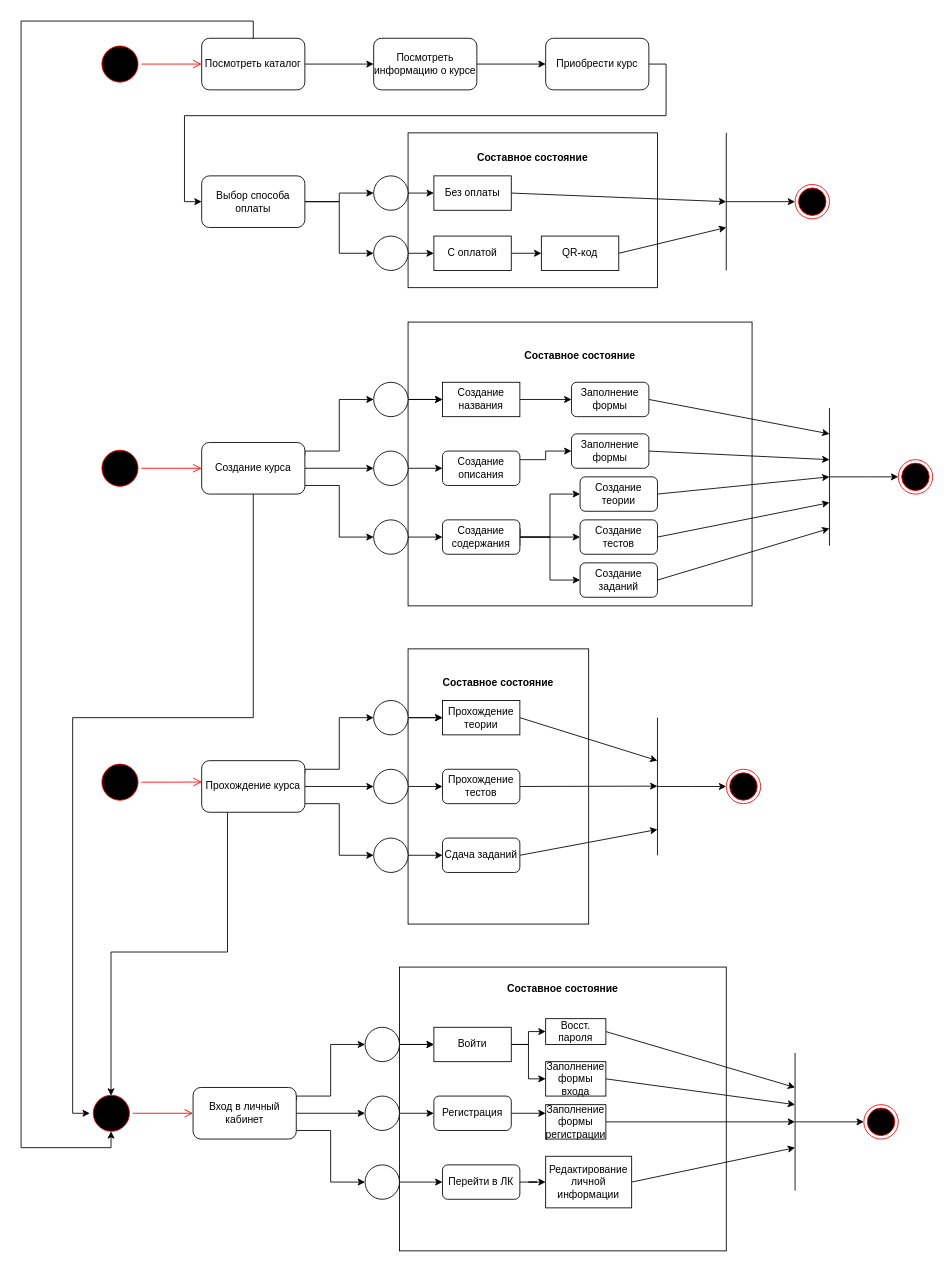
The draw.io diagram page "StateChartUser" (17 of 20) of Диаграммы/ДиграммыТЗ.drawio in bosonhiiggs/Music-Trainee, before the edit. Source tidied: cells renumbered, new cells numbered last; positions are measured from the earlier drawing's top-left corner, leaving out a move shared by most shapes. Both pictures are drawn from the tidied source at 86%, with x=0, y=0 at pixel (21, 21).
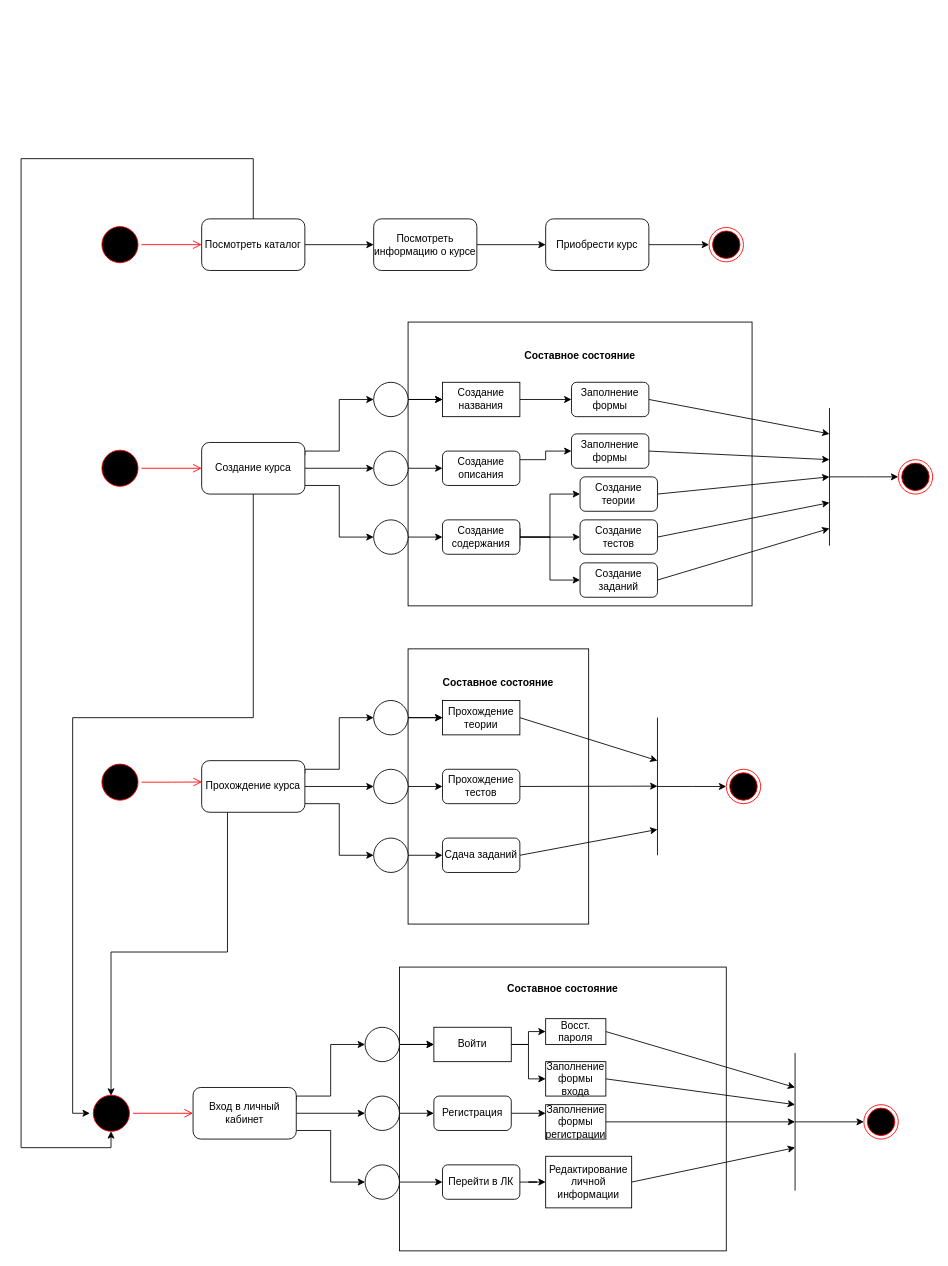
The same page after the edit.

The change refers to these unchanged cells:
```xml
<mxCell id="112" style="ellipse;html=1;shape=startState;fillColor=#000000;strokeColor=#ff0000;" parent="1" vertex="1">
  <mxGeometry x="80" y="1245" width="50" height="50" as="geometry" />
</mxCell>
```

What changed in the source:
```diff
@@
-    <mxCell id="4" value="&lt;p style=&quot;margin:0px;margin-top:4px;text-align:center;&quot;&gt;&lt;b&gt;&lt;br&gt;&lt;/b&gt;&lt;/p&gt;&lt;p style=&quot;margin:0px;margin-top:4px;text-align:center;&quot;&gt;&lt;b&gt;Составное состояние&lt;/b&gt;&lt;br&gt;&lt;/p&gt;" style="verticalAlign=top;align=left;overflow=fill;html=1;whiteSpace=wrap;" parent="1" vertex="1">
-      <mxGeometry x="450" y="130" width="290" height="180" as="geometry" />
-    </mxCell>
@@
     <mxCell id="86" value="Посмотреть каталог" style="rounded=1;whiteSpace=wrap;html=1;" parent="1" vertex="1">
-      <mxGeometry x="210" y="20" width="120" height="60" as="geometry" />
+      <mxGeometry x="210" y="230" width="120" height="60" as="geometry" />
     </mxCell>
@@
     <mxCell id="88" value="Посмотреть информацию о курсе" style="rounded=1;whiteSpace=wrap;html=1;" parent="1" vertex="1">
-      <mxGeometry x="410" y="20" width="120" height="60" as="geometry" />
+      <mxGeometry x="410" y="230" width="120" height="60" as="geometry" />
     </mxCell>
-    <mxCell id="89" style="edgeStyle=orthogonalEdgeStyle;rounded=0;jettySize=auto;html=1;exitX=1;exitY=0.5;exitDx=0;exitDy=0;entryX=0;entryY=0.5;entryDx=0;entryDy=0;" parent="1" edge="1" source="91" target="94">
-      <mxGeometry relative="1" as="geometry">
-        <Array as="points">
-          <mxPoint x="750" y="50" />
-          <mxPoint x="750" y="110" />
-          <mxPoint x="190" y="110" />
-          <mxPoint x="190" y="210" />
-        </Array>
-      </mxGeometry>
-    </mxCell>
     <mxCell id="90" style="edgeStyle=orthogonalEdgeStyle;rounded=0;jettySize=auto;html=1;exitX=0.5;exitY=0;exitDx=0;exitDy=0;entryX=0.492;entryY=0.918;entryDx=0;entryDy=0;entryPerimeter=0;" parent="1" edge="1" source="86" target="112">
       <mxGeometry relative="1" as="geometry">
         <Array as="points">
-          <mxPoint x="270" />
-          <mxPoint />
+          <mxPoint x="270" y="160" />
+          <mxPoint y="160" />
           <mxPoint y="1310" />
           <mxPoint x="105" y="1310" />
         </Array>
       </mxGeometry>
     </mxCell>
+    <mxCell id="124" style="edgeStyle=orthogonalEdgeStyle;rounded=0;jettySize=auto;html=1;exitX=1;exitY=0.5;exitDx=0;exitDy=0;" parent="1" edge="1" source="91">
+      <mxGeometry relative="1" as="geometry">
+        <mxPoint x="800" y="260" as="targetPoint" />
+      </mxGeometry>
+    </mxCell>
     <mxCell id="91" value="Приобрести курс" style="rounded=1;whiteSpace=wrap;html=1;" parent="1" vertex="1">
-      <mxGeometry x="610" y="20" width="120" height="60" as="geometry" />
+      <mxGeometry x="610" y="230" width="120" height="60" as="geometry" />
     </mxCell>
-    <mxCell id="92" style="edgeStyle=orthogonalEdgeStyle;rounded=0;jettySize=auto;html=1;exitX=1;exitY=0.5;exitDx=0;exitDy=0;entryX=0;entryY=0.5;entryDx=0;entryDy=0;" parent="1" edge="1" source="94" target="96">
-      <mxGeometry relative="1" as="geometry" />
-    </mxCell>
-    <mxCell id="93" style="edgeStyle=orthogonalEdgeStyle;rounded=0;jettySize=auto;html=1;exitX=1;exitY=0.5;exitDx=0;exitDy=0;entryX=0;entryY=0.5;entryDx=0;entryDy=0;" parent="1" edge="1" source="94" target="99">
-      <mxGeometry relative="1" as="geometry" />
-    </mxCell>
-    <mxCell id="94" value="Выбор способа оплаты" style="rounded=1;whiteSpace=wrap;html=1;" parent="1" vertex="1">
-      <mxGeometry x="210" y="180" width="120" height="60" as="geometry" />
-    </mxCell>
-    <mxCell id="95" style="edgeStyle=orthogonalEdgeStyle;rounded=0;jettySize=auto;html=1;exitX=1;exitY=0.5;exitDx=0;exitDy=0;entryX=0;entryY=0.5;entryDx=0;entryDy=0;" parent="1" edge="1" source="96" target="101">
-      <mxGeometry relative="1" as="geometry" />
-    </mxCell>
-    <mxCell id="96" style="ellipse;whiteSpace=wrap;html=1;fillColor=#FFFFFF;" parent="1" vertex="1">
-      <mxGeometry x="410" y="180" width="40" height="40" as="geometry" />
-    </mxCell>
@@
-    <mxCell id="98" style="edgeStyle=orthogonalEdgeStyle;rounded=0;jettySize=auto;html=1;exitX=1;exitY=0.5;exitDx=0;exitDy=0;entryX=0;entryY=0.5;entryDx=0;entryDy=0;" parent="1" edge="1" source="99" target="103">
-      <mxGeometry relative="1" as="geometry" />
-    </mxCell>
-    <mxCell id="99" style="ellipse;whiteSpace=wrap;html=1;fillColor=#FFFFFF;" parent="1" vertex="1">
-      <mxGeometry x="410" y="250" width="40" height="40" as="geometry" />
-    </mxCell>
-    <mxCell id="100" style="rounded=0;jettySize=auto;html=1;exitX=1;exitY=0.5;exitDx=0;exitDy=0;" parent="1" edge="1" source="101">
-      <mxGeometry relative="1" as="geometry">
-        <mxPoint x="820" y="210" as="targetPoint" />
-      </mxGeometry>
-    </mxCell>
-    <mxCell id="101" value="Без оплаты" style="rounded=1;whiteSpace=wrap;html=1;arcSize=0;" parent="1" vertex="1">
-      <mxGeometry x="480" y="180" width="90" height="40" as="geometry" />
-    </mxCell>
-    <mxCell id="102" style="edgeStyle=orthogonalEdgeStyle;rounded=0;jettySize=auto;html=1;exitX=1;exitY=0.5;exitDx=0;exitDy=0;entryX=0;entryY=0.5;entryDx=0;entryDy=0;" parent="1" edge="1" source="103" target="105">
-      <mxGeometry relative="1" as="geometry" />
-    </mxCell>
-    <mxCell id="103" value="С оплатой" style="rounded=1;whiteSpace=wrap;html=1;arcSize=0;" parent="1" vertex="1">
-      <mxGeometry x="480" y="250" width="90" height="40" as="geometry" />
-    </mxCell>
-    <mxCell id="104" style="rounded=0;jettySize=auto;html=1;exitX=1;exitY=0.5;exitDx=0;exitDy=0;" parent="1" edge="1" source="105">
-      <mxGeometry relative="1" as="geometry">
-        <mxPoint x="820" y="240" as="targetPoint" />
-      </mxGeometry>
-    </mxCell>
-    <mxCell id="105" value="QR-код" style="rounded=1;whiteSpace=wrap;html=1;arcSize=0;" parent="1" vertex="1">
-      <mxGeometry x="605" y="250" width="90" height="40" as="geometry" />
-    </mxCell>
     <mxCell id="106" style="ellipse;html=1;shape=startState;fillColor=#000000;strokeColor=#ff0000;" parent="1" vertex="1">
-      <mxGeometry x="90" y="25" width="50" height="50" as="geometry" />
+      <mxGeometry x="90" y="235" width="50" height="50" as="geometry" />
     </mxCell>
@@
-    <mxCell id="121" style="edgeStyle=orthogonalEdgeStyle;rounded=0;jettySize=auto;html=1;exitX=0;exitY=0.5;exitDx=0;exitDy=0;startArrow=classic;startFill=1;endArrow=none;endFill=0;" parent="1" edge="1" source="122">
-      <mxGeometry relative="1" as="geometry">
-        <mxPoint x="820" y="210" as="targetPoint" />
-      </mxGeometry>
-    </mxCell>
     <mxCell id="122" style="ellipse;html=1;shape=endState;fillColor=#000000;strokeColor=#ff0000;" parent="1" vertex="1">
-      <mxGeometry x="900" y="190" width="40" height="40" as="geometry" />
+      <mxGeometry x="800" y="240" width="40" height="40" as="geometry" />
     </mxCell>
-    <mxCell id="123" style="endArrow=none;html=1;rounded=0;" parent="1" edge="1">
-      <mxGeometry relative="1" as="geometry">
-        <mxPoint x="820" y="290" as="sourcePoint" />
-        <mxPoint x="820" y="130" as="targetPoint" />
-      </mxGeometry>
-    </mxCell>
```
